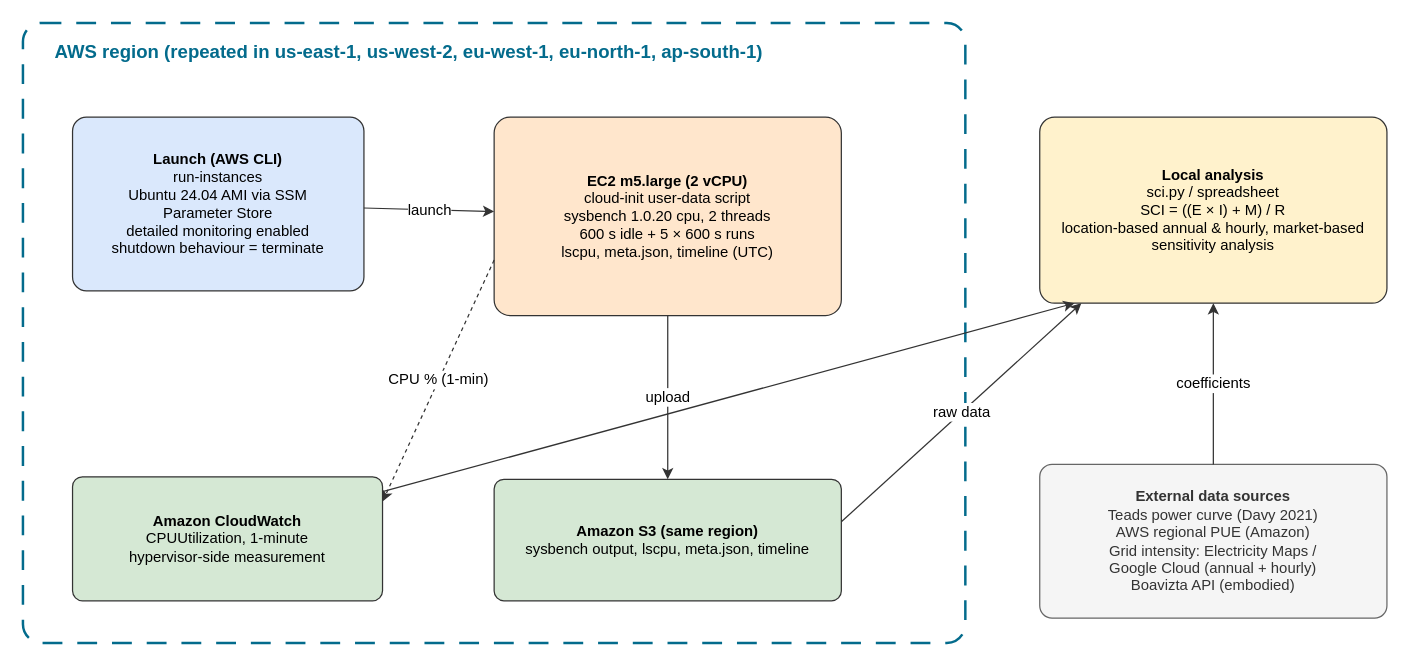
The draw.io diagram docs/architecture.drawio in bartan34/aws-region-carbon-benchmark, before the edit. Source tidied: cells renumbered, new cells numbered last; positions are measured from the earlier drawing's top-left corner, leaving out a move shared by most shapes. Both pictures are drawn from the tidied source at 124%, with x=0, y=0 at pixel (22, 22).
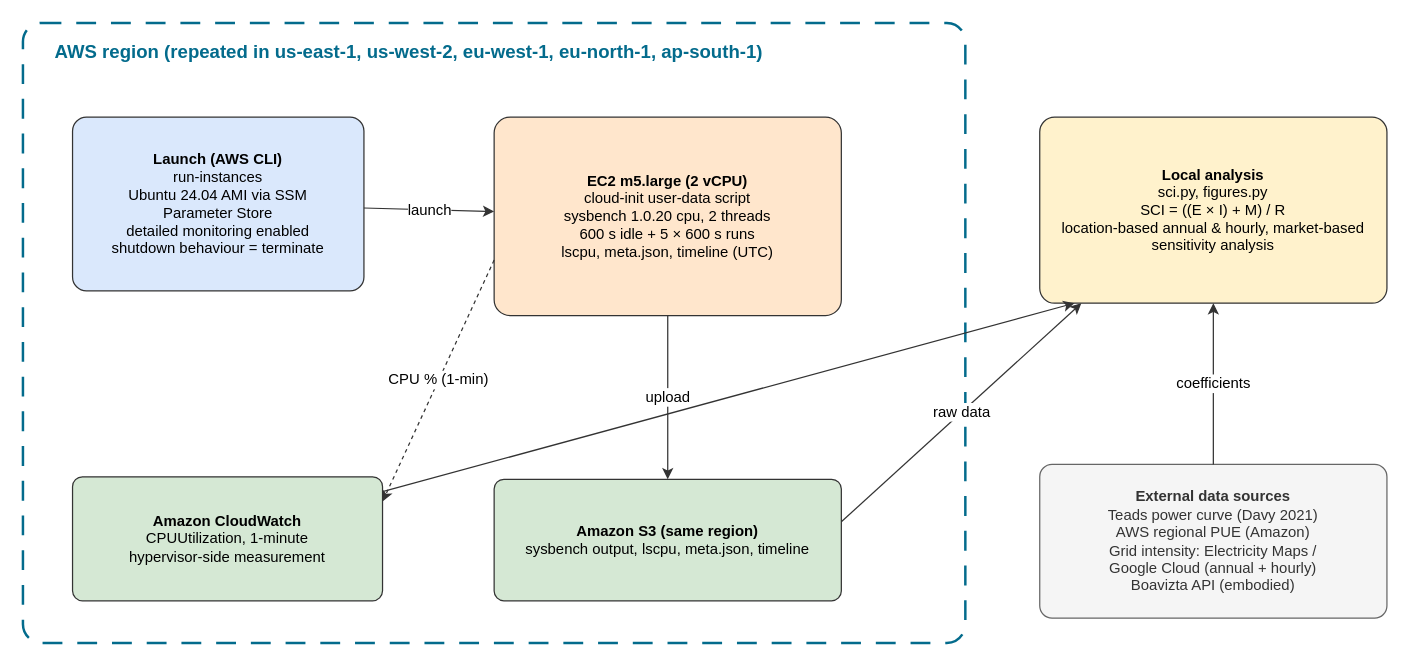
After the change.

What changed in the source:
```diff
@@
 <mxGraphModel>
   <root>
     <mxCell id="0" />
     <mxCell id="1" parent="0" />
     <mxCell id="2" value="AWS region (repeated in us-east-1, us-west-2, eu-west-1, eu-north-1, ap-south-1)" style="rounded=1;arcSize=3;html=1;dashed=1;dashPattern=8 6;strokeWidth=2;strokeColor=#036B8C;fillColor=none;verticalAlign=top;align=left;spacingLeft=24;spacingTop=8;fontSize=15;fontStyle=1;fontColor=#036B8C;whiteSpace=wrap;" parent="1" vertex="1">
       <mxGeometry width="760" height="500" as="geometry" />
     </mxCell>
     <mxCell id="3" value="&lt;b&gt;Launch (AWS CLI)&lt;/b&gt;&lt;br&gt;run-instances&lt;br&gt;Ubuntu 24.04 AMI via SSM&lt;br&gt;Parameter Store&lt;br&gt;detailed monitoring enabled&lt;br&gt;shutdown behaviour = terminate" style="rounded=1;arcSize=8;html=1;whiteSpace=wrap;fillColor=#dae8fc;strokeColor=#333333;fontSize=12;" parent="1" vertex="1">
       <mxGeometry x="40" y="76" width="235" height="140" as="geometry" />
     </mxCell>
     <mxCell id="4" value="&lt;b&gt;EC2 m5.large (2 vCPU)&lt;/b&gt;&lt;br&gt;cloud-init user-data script&lt;br&gt;sysbench 1.0.20 cpu, 2 threads&lt;br&gt;600 s idle + 5 × 600 s runs&lt;br&gt;lscpu, meta.json, timeline (UTC)" style="rounded=1;arcSize=8;html=1;whiteSpace=wrap;fillColor=#ffe6cc;strokeColor=#333333;fontSize=12;" parent="1" vertex="1">
       <mxGeometry x="380" y="76" width="280" height="160" as="geometry" />
     </mxCell>
     <mxCell id="5" value="&lt;b&gt;Amazon CloudWatch&lt;/b&gt;&lt;br&gt;CPUUtilization, 1-minute&lt;br&gt;hypervisor-side measurement" style="rounded=1;arcSize=8;html=1;whiteSpace=wrap;fillColor=#d5e8d4;strokeColor=#333333;fontSize=12;" parent="1" vertex="1">
       <mxGeometry x="40" y="366" width="250" height="100" as="geometry" />
     </mxCell>
     <mxCell id="6" value="&lt;b&gt;Amazon S3 (same region)&lt;/b&gt;&lt;br&gt;sysbench output, lscpu, meta.json, timeline" style="rounded=1;arcSize=8;html=1;whiteSpace=wrap;fillColor=#d5e8d4;strokeColor=#333333;fontSize=12;" parent="1" vertex="1">
       <mxGeometry x="380" y="368" width="280" height="98" as="geometry" />
     </mxCell>
-    <mxCell id="7" value="&lt;b&gt;Local analysis&lt;/b&gt;&lt;br&gt;sci.py / spreadsheet&lt;br&gt;SCI = ((E × I) + M) / R&lt;br&gt;location-based annual &amp;amp; hourly, market-based&lt;br&gt;sensitivity analysis" style="rounded=1;arcSize=8;html=1;whiteSpace=wrap;fillColor=#fff2cc;strokeColor=#333333;fontSize=12;" parent="1" vertex="1">
+    <mxCell id="7" value="&lt;b&gt;Local analysis&lt;/b&gt;&lt;br&gt;sci.py, figures.py&lt;br&gt;SCI = ((E × I) + M) / R&lt;br&gt;location-based annual &amp;amp; hourly, market-based&lt;br&gt;sensitivity analysis" style="rounded=1;arcSize=8;html=1;whiteSpace=wrap;fillColor=#fff2cc;strokeColor=#333333;fontSize=12;" parent="1" vertex="1">
       <mxGeometry x="820" y="76" width="280" height="150" as="geometry" />
     </mxCell>
     <mxCell id="8" value="&lt;b&gt;External data sources&lt;/b&gt;&lt;br&gt;Teads power curve (Davy 2021)&lt;br&gt;AWS regional PUE (Amazon)&lt;br&gt;Grid intensity: Electricity Maps /&lt;br&gt;Google Cloud (annual + hourly)&lt;br&gt;Boavizta API (embodied)" style="rounded=1;arcSize=8;html=1;whiteSpace=wrap;fillColor=#f5f5f5;strokeColor=#666666;fontColor=#333333;fontSize=12;" parent="1" vertex="1">
       <mxGeometry x="820" y="356" width="280" height="124" as="geometry" />
     </mxCell>
     <mxCell id="9" value="launch" style="edgeStyle=none;html=1;strokeColor=#333333;labelBackgroundColor=#ffffff;fontSize=12;" parent="1" edge="1" source="3" target="4">
       <mxGeometry relative="1" as="geometry" />
     </mxCell>
     <mxCell id="10" value="CPU % (1-min)" style="edgeStyle=none;html=1;dashed=1;strokeColor=#333333;labelBackgroundColor=#ffffff;fontSize=12;exitX=0;exitY=0.72;entryX=1;entryY=0.2;" parent="1" edge="1" source="4" target="5">
       <mxGeometry relative="1" as="geometry" />
     </mxCell>
     <mxCell id="11" value="upload" style="edgeStyle=none;html=1;strokeColor=#333333;labelBackgroundColor=#ffffff;fontSize=12;exitX=0.5;exitY=1;entryX=0.5;entryY=0;" parent="1" edge="1" source="4" target="6">
       <mxGeometry relative="1" as="geometry" />
     </mxCell>
     <mxCell id="12" style="edgeStyle=none;html=1;strokeColor=#333333;exitX=1;exitY=0.12;entryX=0.1;entryY=1;" parent="1" edge="1" source="5" target="7">
       <mxGeometry relative="1" as="geometry" />
     </mxCell>
     <mxCell id="13" value="raw data" style="edgeStyle=none;html=1;strokeColor=#333333;labelBackgroundColor=#ffffff;fontSize=12;exitX=1;exitY=0.35;entryX=0.12;entryY=1;" parent="1" edge="1" source="6" target="7">
       <mxGeometry relative="1" as="geometry" />
     </mxCell>
     <mxCell id="14" value="coefficients" style="edgeStyle=none;html=1;strokeColor=#333333;labelBackgroundColor=#ffffff;fontSize=12;exitX=0.5;exitY=0;entryX=0.5;entryY=1;" parent="1" edge="1" source="8" target="7">
       <mxGeometry relative="1" as="geometry" />
     </mxCell>
   </root>
 </mxGraphModel>
```
